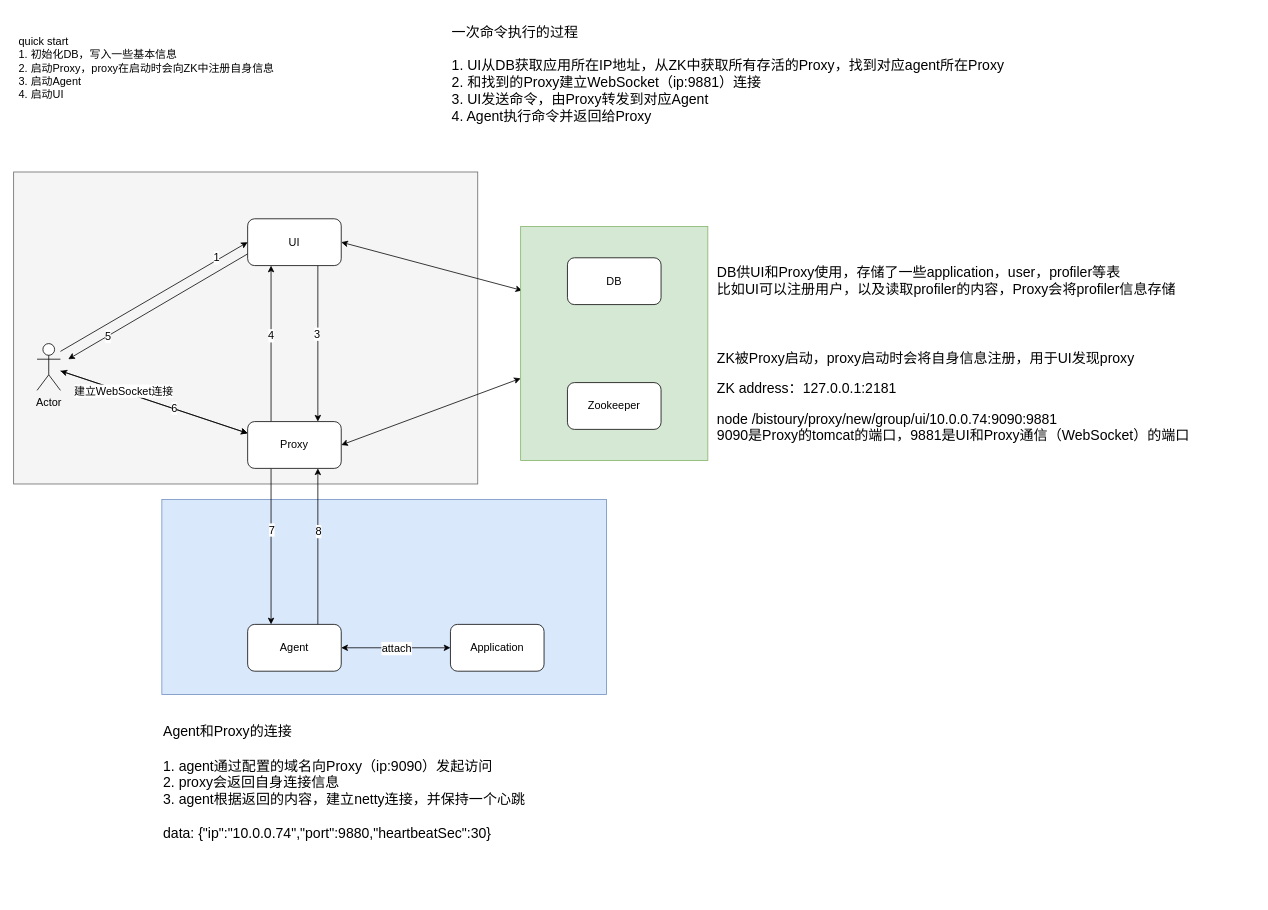
The draw.io diagram bistoury_arch.drawio in fengyouliang/drawio, before the edit. Source tidied: cells renumbered, new cells numbered last; positions are measured from the earlier drawing's top-left corner, leaving out a move shared by most shapes. Both pictures are drawn from the tidied source at 78%, with x=0, y=0 at pixel (13, 31).
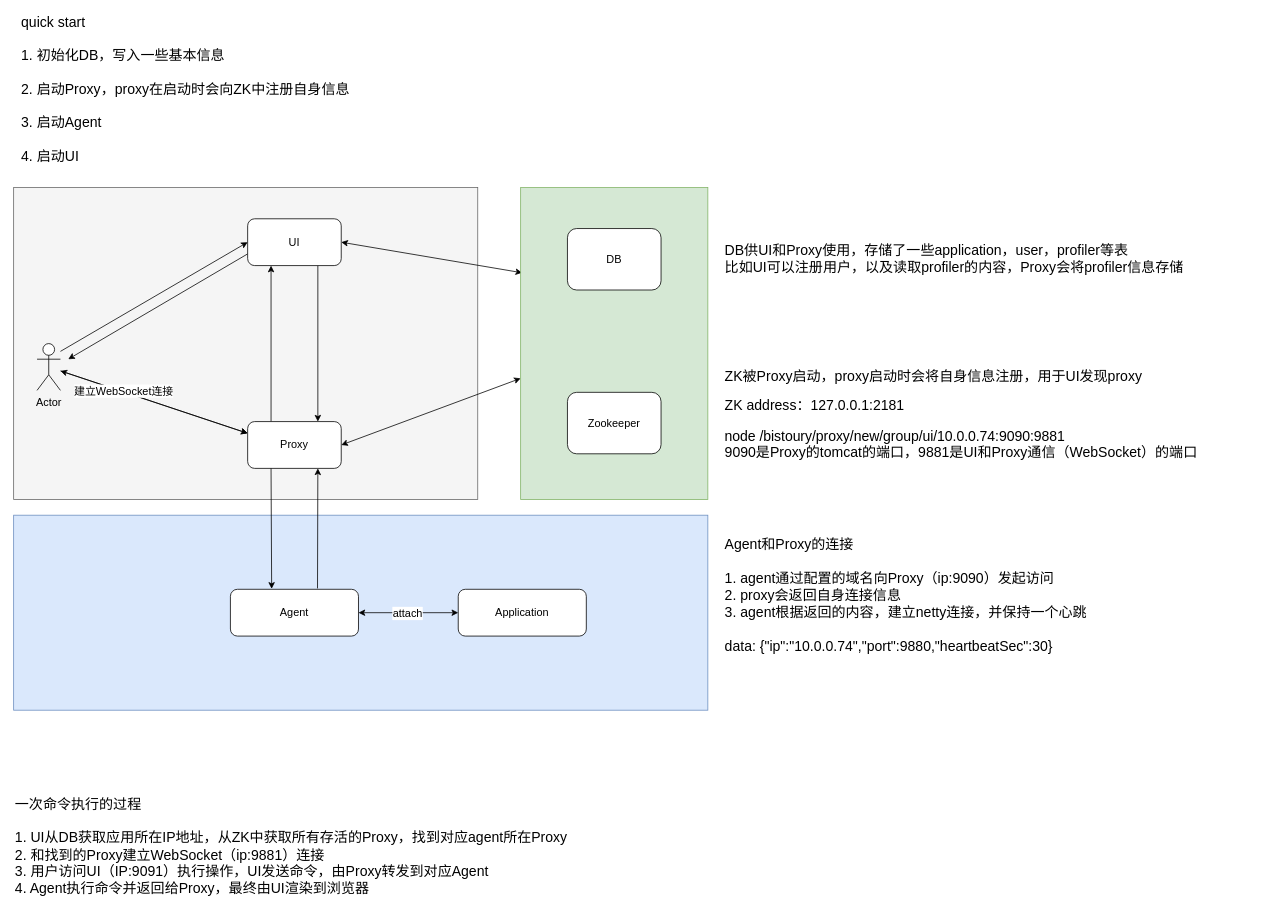
Above is the later version.

The change refers to these unchanged cells:
```xml
<mxCell id="5" style="rounded=0;jettySize=auto;html=1;exitX=0;exitY=0.75;exitDx=0;exitDy=0;fontSize=14;" parent="1" edge="1" source="9">
  <mxGeometry relative="1" as="geometry">
    <mxPoint x="70" y="420" as="targetPoint" />
  </mxGeometry>
</mxCell>
<mxCell id="7" style="edgeStyle=none;rounded=0;jettySize=auto;html=1;entryX=0.75;entryY=0;entryDx=0;entryDy=0;exitX=0.75;exitY=1;exitDx=0;exitDy=0;fontSize=14;" parent="1" edge="1" source="9" target="13">
  <mxGeometry relative="1" as="geometry" />
</mxCell>
<mxCell id="9" value="UI" style="rounded=1;whiteSpace=wrap;html=1;fontSize=14;" parent="1" vertex="1">
  <mxGeometry x="300" y="240" width="120" height="60" as="geometry" />
</mxCell>
<mxCell id="13" value="Proxy" style="rounded=1;whiteSpace=wrap;html=1;fontSize=14;" parent="1" vertex="1">
  <mxGeometry x="300" y="500" width="120" height="60" as="geometry" />
</mxCell>
<mxCell id="17" style="rounded=0;jettySize=auto;html=1;entryX=0;entryY=0.5;entryDx=0;entryDy=0;fontSize=14;" parent="1" edge="1" target="9">
  <mxGeometry relative="1" as="geometry">
    <mxPoint x="60" y="410" as="sourcePoint" />
  </mxGeometry>
</mxCell>
<mxCell id="19" style="edgeStyle=none;rounded=0;jettySize=auto;html=1;entryX=0;entryY=0.25;entryDx=0;entryDy=0;fontSize=14;" parent="1" edge="1" source="22" target="13">
  <mxGeometry relative="1" as="geometry" />
</mxCell>
```

Change to the diagram source:
```diff
@@
     <mxCell id="2" style="rounded=0;whiteSpace=wrap;html=1;fontSize=14;align=left;fillColor=#f5f5f5;strokeColor=#666666;fontColor=#333333;" parent="1" vertex="1">
-      <mxGeometry y="180" width="595" height="400" as="geometry" />
+      <mxGeometry y="200" width="595" height="400" as="geometry" />
     </mxCell>
-    <mxCell id="3" style="rounded=0;whiteSpace=wrap;html=1;fontSize=14;align=left;fillColor=#dae8fc;strokeColor=#6c8ebf;" parent="1" vertex="1">
-      <mxGeometry x="190" y="600" width="570" height="250" as="geometry" />
-    </mxCell>
@@
-    <mxCell id="6" value="5" style="edgeLabel;html=1;align=center;verticalAlign=middle;fontSize=14;" parent="5" vertex="1">
-      <mxGeometry x="0.1" y="2" relative="1" as="geometry">
-        <mxPoint x="-54" y="29" as="offset" />
-      </mxGeometry>
-    </mxCell>
@@
-    <mxCell id="8" value="3" style="edgeLabel;html=1;align=center;verticalAlign=middle;fontSize=14;" parent="7" vertex="1">
-      <mxGeometry x="-0.13" y="-2" relative="1" as="geometry" />
-    </mxCell>
@@
-    <mxCell id="10" value="4" style="edgeStyle=none;rounded=0;jettySize=auto;html=1;exitX=0.25;exitY=0;exitDx=0;exitDy=0;entryX=0.25;entryY=1;entryDx=0;entryDy=0;fontSize=14;" parent="1" edge="1" source="13" target="9">
-      <mxGeometry x="0.1" relative="1" as="geometry" />
+    <mxCell id="10" style="edgeStyle=none;rounded=0;jettySize=auto;html=1;exitX=0.25;exitY=0;exitDx=0;exitDy=0;entryX=0.25;entryY=1;entryDx=0;entryDy=0;fontSize=14;" parent="1" edge="1" source="13" target="9">
+      <mxGeometry x="0.1" y="-20" relative="1" as="geometry" />
     </mxCell>
-    <mxCell id="11" style="edgeStyle=none;rounded=0;jettySize=auto;html=1;exitX=0.25;exitY=1;exitDx=0;exitDy=0;entryX=0.25;entryY=0;entryDx=0;entryDy=0;fontSize=14;align=left;" parent="1" edge="1" source="13" target="16">
-      <mxGeometry relative="1" as="geometry" />
-    </mxCell>
-    <mxCell id="12" value="7" style="edgeLabel;html=1;align=center;verticalAlign=middle;fontSize=14;" parent="11" vertex="1">
-      <mxGeometry x="-0.22" y="2" relative="1" as="geometry">
-        <mxPoint x="-2" as="offset" />
-      </mxGeometry>
-    </mxCell>
@@
-    <mxCell id="14" style="edgeStyle=none;rounded=0;jettySize=auto;html=1;exitX=0.75;exitY=0;exitDx=0;exitDy=0;entryX=0.75;entryY=1;entryDx=0;entryDy=0;fontSize=14;align=left;" parent="1" edge="1" source="16" target="13">
-      <mxGeometry relative="1" as="geometry" />
-    </mxCell>
-    <mxCell id="15" value="8" style="edgeLabel;html=1;align=center;verticalAlign=middle;fontSize=14;" parent="14" vertex="1">
-      <mxGeometry x="0.2" relative="1" as="geometry" />
-    </mxCell>
-    <mxCell id="16" value="Agent" style="rounded=1;whiteSpace=wrap;html=1;fontSize=14;" parent="1" vertex="1">
-      <mxGeometry x="300" y="760" width="120" height="60" as="geometry" />
-    </mxCell>
@@
-    <mxCell id="18" value="1" style="edgeLabel;html=1;align=center;verticalAlign=middle;fontSize=14;" parent="17" vertex="1">
-      <mxGeometry x="-0.06" y="-3" relative="1" as="geometry">
-        <mxPoint x="85" y="-57" as="offset" />
-      </mxGeometry>
-    </mxCell>
@@
-    <mxCell id="21" value="6" style="edgeLabel;html=1;align=center;verticalAlign=middle;fontSize=14;" parent="19" vertex="1">
-      <mxGeometry x="0.21" y="2" relative="1" as="geometry">
-        <mxPoint y="1" as="offset" />
-      </mxGeometry>
-    </mxCell>
@@
-    <mxCell id="23" value="&lt;div style=&quot;text-align: left; font-size: 14px;&quot;&gt;quick start&lt;/div&gt;&lt;div style=&quot;text-align: left; font-size: 14px;&quot;&gt;&lt;span style=&quot;font-size: 14px;&quot;&gt;1. 初始化DB，写入一些基本信息&lt;/span&gt;&lt;/div&gt;&lt;div style=&quot;text-align: left; font-size: 14px;&quot;&gt;&lt;span style=&quot;font-size: 14px;&quot;&gt;2. 启动Proxy，proxy在启动时会向ZK中注册自身信息&lt;/span&gt;&lt;/div&gt;&lt;div style=&quot;text-align: left; font-size: 14px;&quot;&gt;&lt;span style=&quot;font-size: 14px;&quot;&gt;3. 启动Agent&lt;/span&gt;&lt;/div&gt;&lt;div style=&quot;text-align: left; font-size: 14px;&quot;&gt;&lt;span style=&quot;font-size: 14px;&quot;&gt;4. 启动UI&lt;/span&gt;&lt;/div&gt;&lt;div style=&quot;text-align: left; font-size: 14px;&quot;&gt;&lt;span style=&quot;font-size: 14px;&quot;&gt;&lt;br style=&quot;font-size: 14px;&quot;&gt;&lt;/span&gt;&lt;/div&gt;" style="text;html=1;align=center;verticalAlign=middle;strokeColor=none;fontSize=14;" parent="1" vertex="1">
-      <mxGeometry width="340" height="110" as="geometry" />
-    </mxCell>
-    <mxCell id="24" value="Application" style="rounded=1;whiteSpace=wrap;html=1;fontSize=14;align=center;" parent="1" vertex="1">
-      <mxGeometry x="560" y="760" width="120" height="60" as="geometry" />
-    </mxCell>
-    <mxCell id="25" style="endArrow=classic;startArrow=classic;html=1;fontSize=14;align=left;exitX=1;exitY=0.5;exitDx=0;exitDy=0;entryX=0;entryY=0.5;entryDx=0;entryDy=0;" parent="1" edge="1" source="16" target="24">
-      <mxGeometry relative="1" as="geometry" />
-    </mxCell>
-    <mxCell id="26" value="attach" style="edgeLabel;html=1;align=center;verticalAlign=middle;fontSize=14;labelBorderColor=none;" parent="25" vertex="1">
-      <mxGeometry x="0.21" y="1" relative="1" as="geometry">
-        <mxPoint x="-15" y="1" as="offset" />
-      </mxGeometry>
-    </mxCell>
@@
     <mxCell id="29" style="group;" parent="1" vertex="1">
-      <mxGeometry x="650" y="250" width="940" height="320" as="geometry" />
+      <mxGeometry x="650" y="200" width="940" height="420" as="geometry" />
     </mxCell>
     <mxCell id="30" style="rounded=0;whiteSpace=wrap;html=1;fontSize=14;fillColor=#d5e8d4;strokeColor=#82b366;" parent="29" vertex="1">
-      <mxGeometry width="240" height="300" as="geometry" />
+      <mxGeometry width="240" height="400" as="geometry" />
     </mxCell>
     <mxCell id="31" value="DB" style="rounded=1;whiteSpace=wrap;html=1;fontSize=14;" parent="29" vertex="1">
-      <mxGeometry x="60" y="40" width="120" height="60" as="geometry" />
+      <mxGeometry x="60" y="52.5" width="120" height="78.8" as="geometry" />
     </mxCell>
     <mxCell id="32" value="Zookeeper" style="rounded=1;whiteSpace=wrap;html=1;fontSize=14;" parent="29" vertex="1">
-      <mxGeometry x="60" y="200" width="120" height="60" as="geometry" />
+      <mxGeometry x="60" y="262.5" width="120" height="78.8" as="geometry" />
     </mxCell>
     <mxCell id="33" value="&lt;font style=&quot;font-size: 18px&quot;&gt;DB供UI和Proxy使用，存储了一些application，user，profiler等表&lt;br&gt;比如UI可以注册用户，以及读取profiler的内容，Proxy会将profiler信息存储&lt;br style=&quot;font-size: 14px&quot;&gt;&lt;/font&gt;" style="text;html=1;align=left;verticalAlign=middle;strokeColor=none;fontSize=14;" parent="29" vertex="1">
-      <mxGeometry x="250" y="50" width="600" height="40" as="geometry" />
+      <mxGeometry x="260" y="71.9" width="600" height="40" as="geometry" />
     </mxCell>
     <mxCell id="34" value="&lt;font&gt;&lt;span style=&quot;font-size: 18px ; background-color: rgb(255 , 255 , 255)&quot;&gt;ZK被Proxy启动，proxy启动时会将自身信息注册，用于UI发现proxy&lt;/span&gt;&lt;br&gt;&lt;br&gt;&lt;span style=&quot;font-size: 18px&quot;&gt;ZK address：127.0.0.1:2181&lt;br&gt;&lt;/span&gt;&lt;br&gt;&lt;span style=&quot;font-size: 18px ; letter-spacing: -0.08px ; background-color: rgb(255 , 255 , 255)&quot;&gt;&lt;font style=&quot;font-size: 18px&quot;&gt;node /bistoury/proxy/new/group/ui/10.0.0.74:9090:9881&lt;/font&gt;&lt;/span&gt;&lt;br&gt;&lt;span style=&quot;background-color: rgb(255 , 255 , 255)&quot;&gt;&lt;div&gt;&lt;span style=&quot;font-size: 18px&quot;&gt;9090是Proxy的tomcat的端口，9881是UI和Proxy通信（WebSocket）的端口&lt;/span&gt;&lt;/div&gt;&lt;div style=&quot;font-size: 18px&quot;&gt;&lt;br&gt;&lt;/div&gt;&lt;/span&gt;&lt;/font&gt;" style="text;html=1;align=left;verticalAlign=middle;strokeColor=none;fontSize=14;" parent="29" vertex="1">
-      <mxGeometry x="250" y="165" width="620" height="130" as="geometry" />
+      <mxGeometry x="260" y="236.9" width="620" height="130" as="geometry" />
     </mxCell>
     <mxCell id="35" value="&lt;font style=&quot;font-size: 18px&quot;&gt;Agent和Proxy的连接&lt;br&gt;&lt;br&gt;1. agent通过配置的域名向Proxy（ip:9090）发起访问&lt;br&gt;2. proxy会返回自身连接信息&lt;br&gt;3. agent根据返回的内容，建立netty连接，并保持一个心跳&lt;br&gt;&lt;br&gt;data: {&quot;ip&quot;:&quot;10.0.0.74&quot;,&quot;port&quot;:9880,&quot;heartbeatSec&quot;:30}&lt;br&gt;&lt;br&gt;&lt;br&gt;&lt;/font&gt;" style="text;html=1;align=left;verticalAlign=middle;strokeColor=none;fontSize=14;" parent="1" vertex="1">
-      <mxGeometry x="190" y="900" width="480" height="170" as="geometry" />
+      <mxGeometry x="910" y="660" width="480" height="170" as="geometry" />
     </mxCell>
-    <mxCell id="36" value="&lt;font style=&quot;font-size: 18px&quot;&gt;&lt;font style=&quot;font-size: 18px&quot;&gt;一次命令执行的过程&lt;br&gt;&lt;/font&gt;&lt;br&gt;1. UI从DB获取应用所在IP地址，从ZK中获取所有存活的Proxy，找到对应agent所在Proxy&lt;br&gt;2. 和找到的Proxy建立WebSocket（ip:9881）连接&lt;br&gt;3. UI发送命令，由Proxy转发到对应Agent&lt;br&gt;4. Agent执行命令并返回给Proxy&lt;/font&gt;" style="text;html=1;align=left;verticalAlign=middle;fontSize=14;gradientColor=#ffffff;" parent="1" vertex="1">
-      <mxGeometry x="560" width="720" height="110" as="geometry" />
+    <mxCell id="36" value="&lt;font style=&quot;font-size: 18px&quot;&gt;&lt;font style=&quot;font-size: 18px&quot;&gt;一次命令执行的过程&lt;br&gt;&lt;/font&gt;&lt;br&gt;1. UI从DB获取应用所在IP地址，从ZK中获取所有存活的Proxy，找到对应agent所在Proxy&lt;br&gt;2. 和找到的Proxy建立WebSocket（ip:9881）连接&lt;br&gt;3. 用户访问UI（IP:9091）执行操作，UI发送命令，由Proxy转发到对应Agent&lt;br&gt;4. Agent执行命令并返回给Proxy，最终由UI渲染到浏览器&lt;/font&gt;" style="text;html=1;align=left;verticalAlign=middle;fontSize=14;gradientColor=#ffffff;" parent="1" vertex="1">
+      <mxGeometry y="990" width="720" height="110" as="geometry" />
     </mxCell>
+    <mxCell id="37" style="group;" parent="1" vertex="1">
+      <mxGeometry y="620" width="890" height="250" as="geometry" />
+    </mxCell>
+    <mxCell id="3" style="rounded=0;whiteSpace=wrap;html=1;fontSize=14;align=left;fillColor=#dae8fc;strokeColor=#6c8ebf;" parent="37" vertex="1">
+      <mxGeometry width="890" height="250" as="geometry" />
+    </mxCell>
+    <mxCell id="16" value="Agent" style="rounded=1;whiteSpace=wrap;html=1;fontSize=14;" parent="37" vertex="1">
+      <mxGeometry x="277.9" y="95" width="164.2" height="60" as="geometry" />
+    </mxCell>
+    <mxCell id="24" value="Application" style="rounded=1;whiteSpace=wrap;html=1;fontSize=14;align=center;" parent="37" vertex="1">
+      <mxGeometry x="570" y="95" width="164.2" height="60" as="geometry" />
+    </mxCell>
+    <mxCell id="25" style="endArrow=classic;startArrow=classic;html=1;fontSize=14;align=left;exitX=1;exitY=0.5;exitDx=0;exitDy=0;entryX=0;entryY=0.5;entryDx=0;entryDy=0;" parent="37" edge="1" source="16" target="24">
+      <mxGeometry relative="1" as="geometry" />
+    </mxCell>
+    <mxCell id="26" value="attach" style="edgeLabel;html=1;align=center;verticalAlign=middle;fontSize=14;labelBorderColor=none;" parent="25" vertex="1">
+      <mxGeometry x="0.21" y="1" relative="1" as="geometry">
+        <mxPoint x="-15" y="1" as="offset" />
+      </mxGeometry>
+    </mxCell>
+    <mxCell id="11" style="edgeStyle=none;rounded=0;jettySize=auto;html=1;exitX=0.25;exitY=1;exitDx=0;exitDy=0;entryX=0.322;entryY=-0.01;entryDx=0;entryDy=0;fontSize=14;align=left;entryPerimeter=0;" parent="1" edge="1" source="13" target="16">
+      <mxGeometry relative="1" as="geometry" />
+    </mxCell>
+    <mxCell id="14" style="edgeStyle=none;rounded=0;jettySize=auto;html=1;exitX=0.68;exitY=-0.019;exitDx=0;exitDy=0;entryX=0.75;entryY=1;entryDx=0;entryDy=0;fontSize=14;align=left;exitPerimeter=0;" parent="1" edge="1" source="16" target="13">
+      <mxGeometry relative="1" as="geometry" />
+    </mxCell>
+    <mxCell id="23" value="&lt;div style=&quot;text-align: left ; font-size: 18px&quot;&gt;&lt;font style=&quot;font-size: 18px&quot;&gt;quick start&lt;/font&gt;&lt;/div&gt;&lt;div style=&quot;text-align: left ; font-size: 18px&quot;&gt;&lt;font style=&quot;font-size: 18px&quot;&gt;&lt;br&gt;&lt;/font&gt;&lt;/div&gt;&lt;div style=&quot;text-align: left ; font-size: 18px&quot;&gt;&lt;font style=&quot;font-size: 18px&quot;&gt;1. 初始化DB，写入一些基本信息&lt;/font&gt;&lt;/div&gt;&lt;div style=&quot;text-align: left ; font-size: 18px&quot;&gt;&lt;font style=&quot;font-size: 18px&quot;&gt;&lt;br&gt;&lt;/font&gt;&lt;/div&gt;&lt;div style=&quot;text-align: left ; font-size: 18px&quot;&gt;&lt;font style=&quot;font-size: 18px&quot;&gt;2. 启动Proxy，proxy在启动时会向ZK中注册自身信息&lt;/font&gt;&lt;/div&gt;&lt;div style=&quot;text-align: left ; font-size: 18px&quot;&gt;&lt;font style=&quot;font-size: 18px&quot;&gt;&lt;br&gt;&lt;/font&gt;&lt;/div&gt;&lt;div style=&quot;text-align: left ; font-size: 18px&quot;&gt;&lt;font style=&quot;font-size: 18px&quot;&gt;3. 启动Agent&lt;/font&gt;&lt;/div&gt;&lt;div style=&quot;text-align: left ; font-size: 18px&quot;&gt;&lt;font style=&quot;font-size: 18px&quot;&gt;&lt;br&gt;&lt;/font&gt;&lt;/div&gt;&lt;div style=&quot;text-align: left ; font-size: 18px&quot;&gt;&lt;font style=&quot;font-size: 18px&quot;&gt;4. 启动UI&lt;/font&gt;&lt;/div&gt;&lt;div style=&quot;text-align: left ; font-size: 18px&quot;&gt;&lt;span&gt;&lt;br style=&quot;font-size: 14px&quot;&gt;&lt;/span&gt;&lt;/div&gt;" style="text;html=1;align=center;verticalAlign=middle;strokeColor=none;fontSize=14;" parent="1" vertex="1">
+      <mxGeometry y="-5" width="440" height="180" as="geometry" />
+    </mxCell>
```
